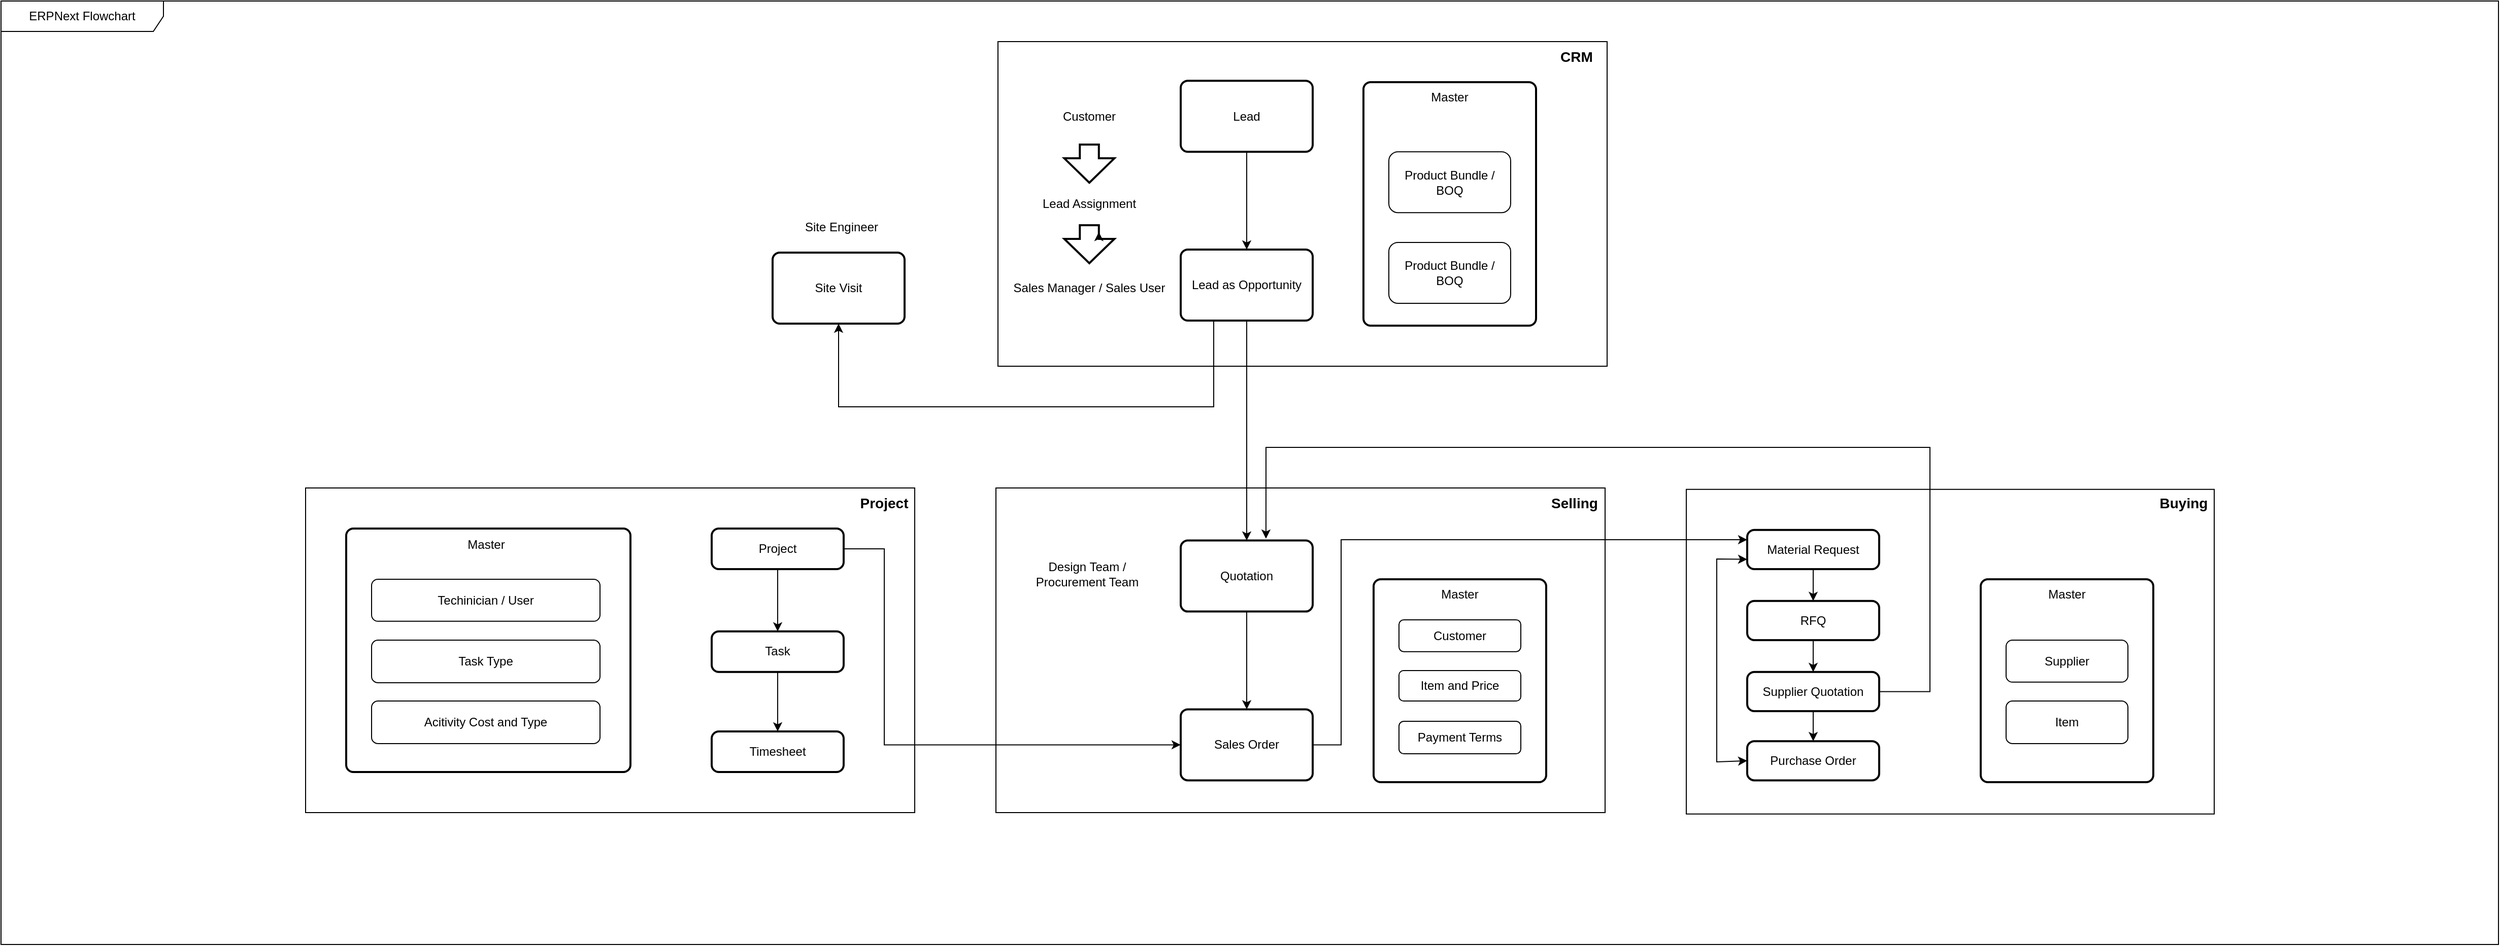
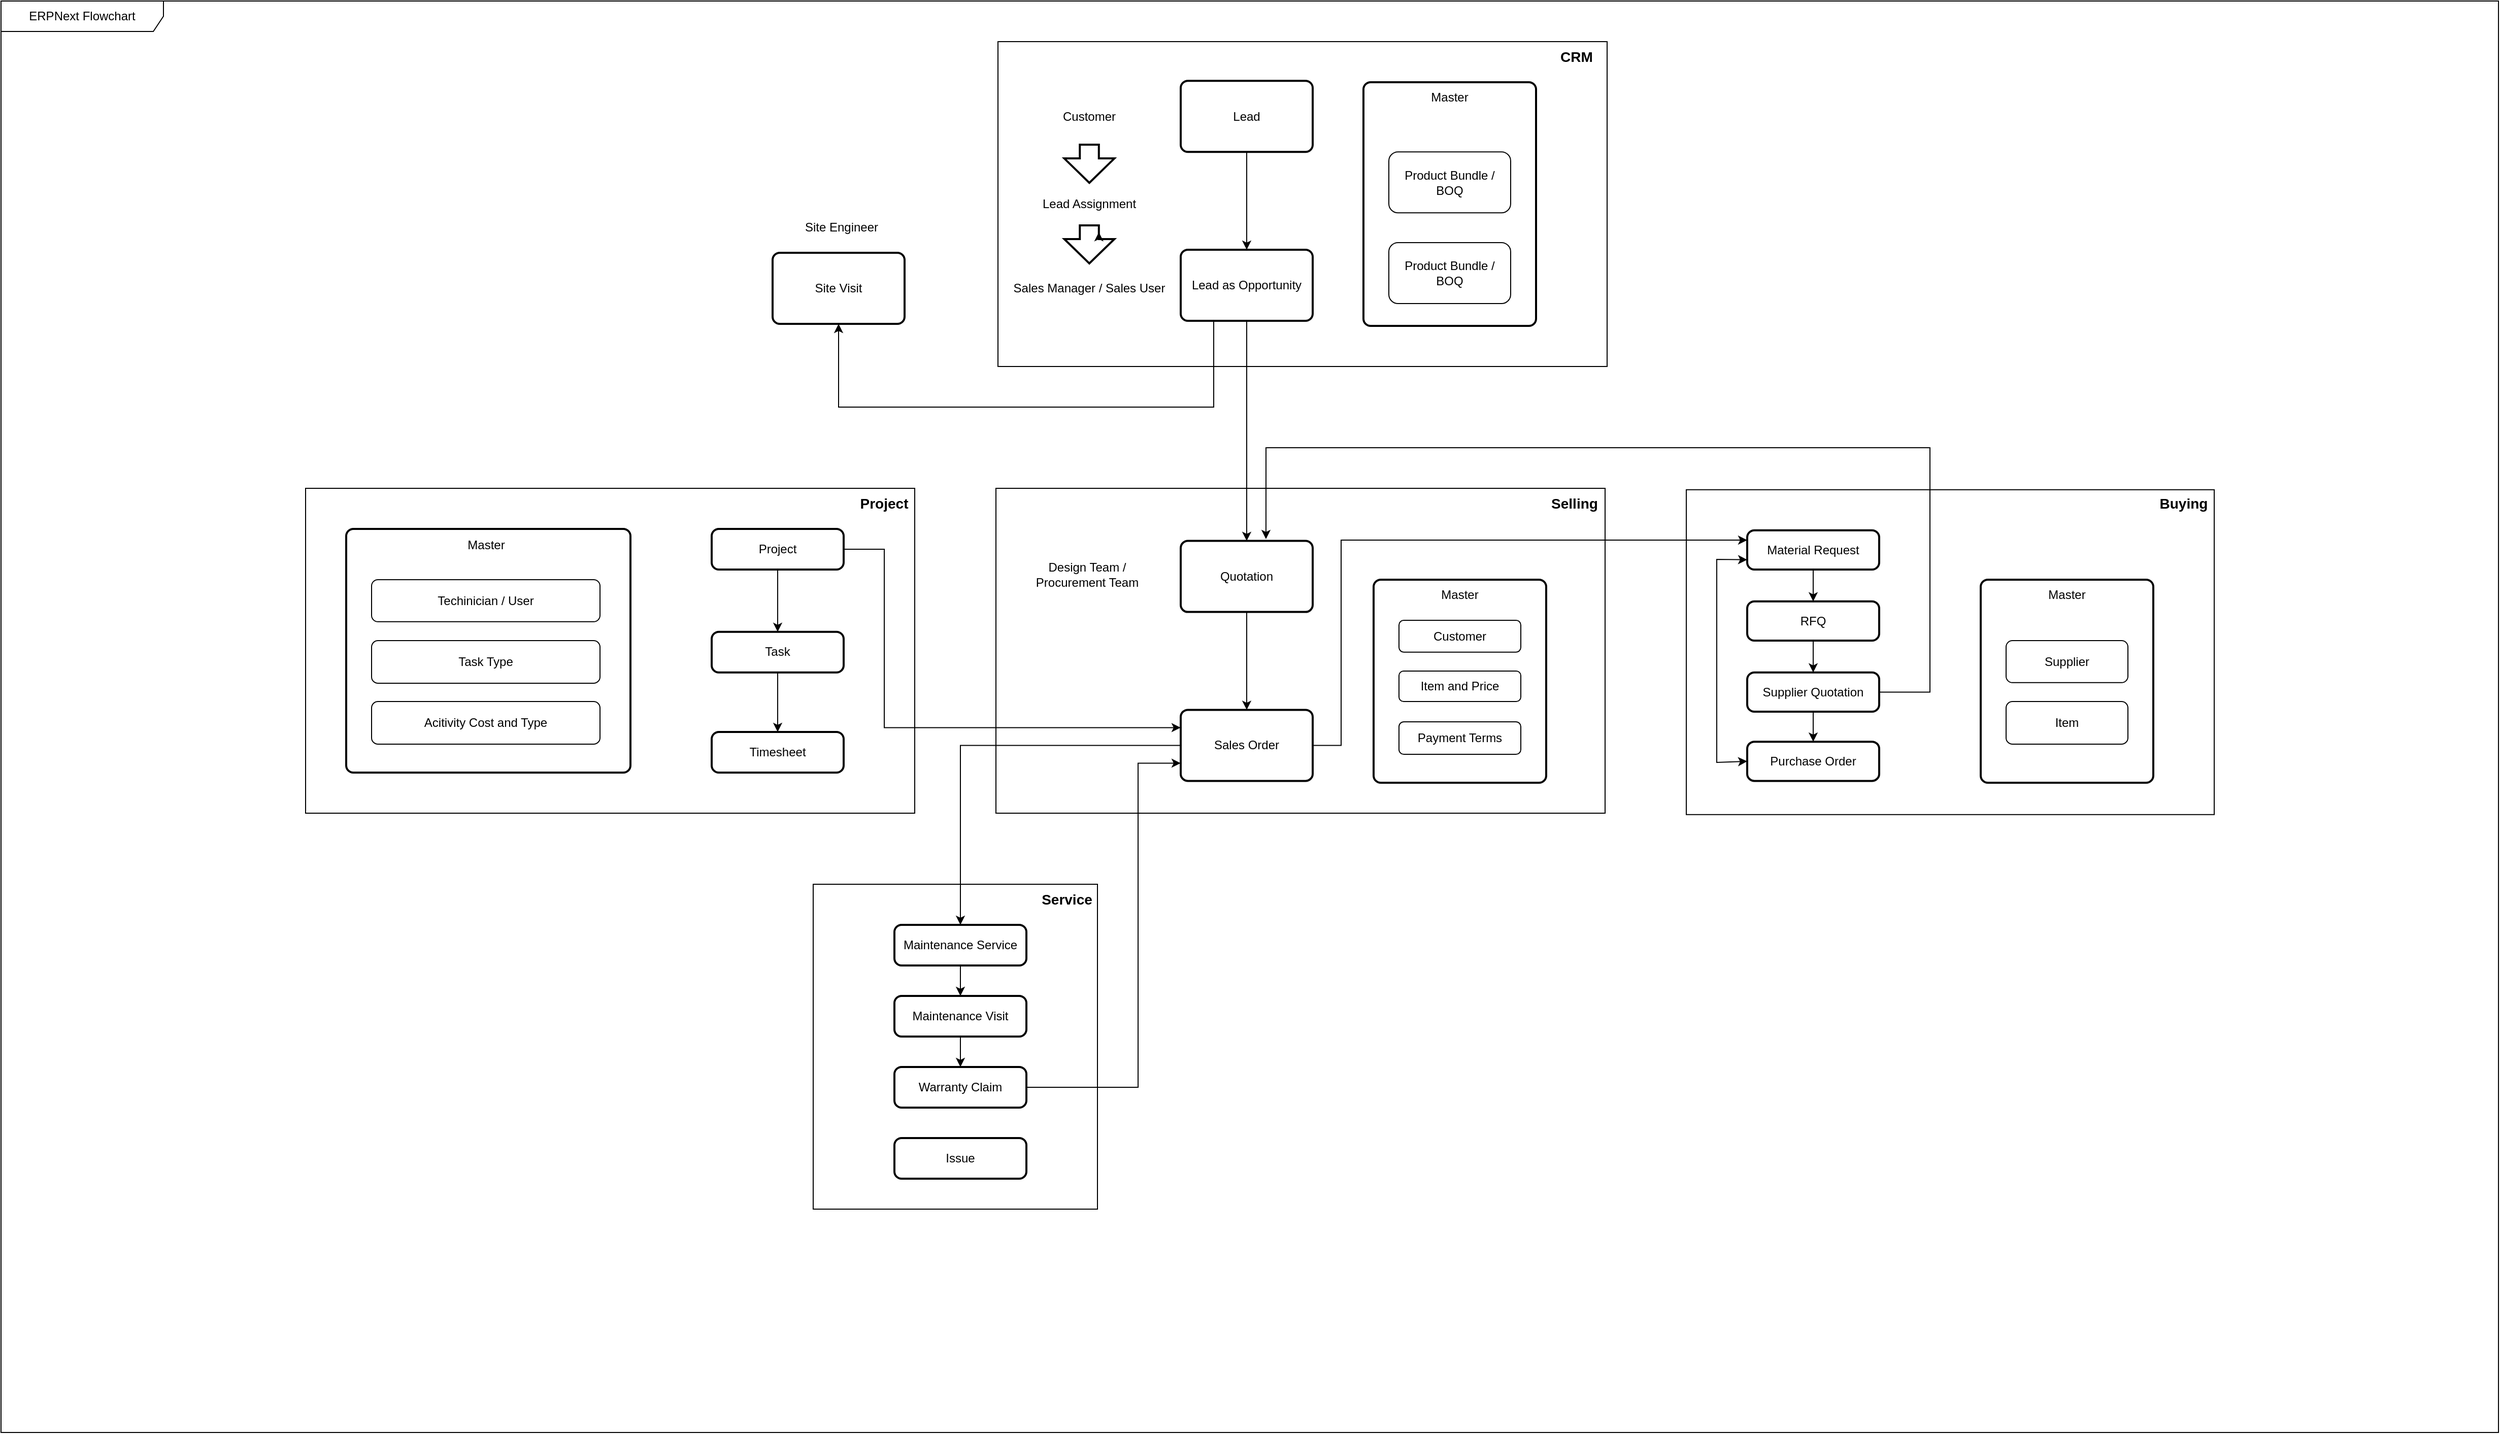
<mxfile host="Electron" agent="Mozilla/5.0 (Windows NT 10.0; Win64; x64) AppleWebKit/537.36 (KHTML, like Gecko) draw.io/28.2.5 Chrome/138.0.7204.251 Electron/37.6.1 Safari/537.36" version="28.2.5">
  <diagram name="ERPNext-Flowchart" id="5VQpRf3UxsrrhgqVb7EB">
    <mxGraphModel dx="1938" dy="537" grid="1" gridSize="10" guides="1" tooltips="1" connect="1" arrows="1" fold="1" page="1" pageScale="1" pageWidth="827" pageHeight="1169" math="0" shadow="0">
      <root>
        <mxCell id="0" />
        <mxCell id="1" parent="0" />
        <mxCell id="KllrkMzeH1JwtFpocHV2-1" value="ERPNext Flowchart" style="shape=umlFrame;whiteSpace=wrap;html=1;pointerEvents=0;recursiveResize=0;container=1;collapsible=0;width=160;" parent="1" vertex="1">
-           <mxGeometry x="-620" y="200" width="2460" height="930" as="geometry" />
+           <mxGeometry x="-620" y="200" width="2460" height="1410" as="geometry" />
        </mxCell>
        <mxCell id="KllrkMzeH1JwtFpocHV2-4" value="" style="rounded=0;whiteSpace=wrap;html=1;" parent="KllrkMzeH1JwtFpocHV2-1" vertex="1">
          <mxGeometry x="982" y="40" width="600" height="320" as="geometry" />
        </mxCell>
        <mxCell id="HzzqJf4aiWvtWUCyWPR2-2" value="" style="rounded=0;whiteSpace=wrap;html=1;" parent="KllrkMzeH1JwtFpocHV2-1" vertex="1">
          <mxGeometry x="980" y="480" width="600" height="320" as="geometry" />
        </mxCell>
        <mxCell id="KllrkMzeH1JwtFpocHV2-5" value="&lt;b&gt;&lt;font style=&quot;font-size: 14px;&quot;&gt;CRM&lt;/font&gt;&lt;/b&gt;" style="text;html=1;align=center;verticalAlign=middle;whiteSpace=wrap;rounded=0;" parent="KllrkMzeH1JwtFpocHV2-1" vertex="1">
          <mxGeometry x="1522" y="40" width="60" height="30" as="geometry" />
        </mxCell>
        <mxCell id="KllrkMzeH1JwtFpocHV2-8" style="edgeStyle=orthogonalEdgeStyle;rounded=0;orthogonalLoop=1;jettySize=auto;html=1;entryX=0.5;entryY=0;entryDx=0;entryDy=0;" parent="KllrkMzeH1JwtFpocHV2-1" source="KllrkMzeH1JwtFpocHV2-6" target="KllrkMzeH1JwtFpocHV2-7" edge="1">
          <mxGeometry relative="1" as="geometry" />
        </mxCell>
        <mxCell id="KllrkMzeH1JwtFpocHV2-6" value="Lead" style="rounded=1;whiteSpace=wrap;html=1;absoluteArcSize=1;arcSize=14;strokeWidth=2;" parent="KllrkMzeH1JwtFpocHV2-1" vertex="1">
          <mxGeometry x="1162" y="78.62" width="130" height="70" as="geometry" />
        </mxCell>
        <mxCell id="HfOkyrBZXoMukZalgRzS-3" style="edgeStyle=orthogonalEdgeStyle;rounded=0;orthogonalLoop=1;jettySize=auto;html=1;exitX=0.25;exitY=1;exitDx=0;exitDy=0;entryX=0.5;entryY=1;entryDx=0;entryDy=0;" parent="KllrkMzeH1JwtFpocHV2-1" source="KllrkMzeH1JwtFpocHV2-7" target="HfOkyrBZXoMukZalgRzS-1" edge="1">
          <mxGeometry relative="1" as="geometry">
            <Array as="points">
              <mxPoint x="1195" y="400" />
              <mxPoint x="825" y="400" />
            </Array>
          </mxGeometry>
        </mxCell>
        <mxCell id="9vPmLMj-lYNAUNwBxfTh-4" style="edgeStyle=orthogonalEdgeStyle;rounded=0;orthogonalLoop=1;jettySize=auto;html=1;" parent="KllrkMzeH1JwtFpocHV2-1" source="KllrkMzeH1JwtFpocHV2-7" target="9vPmLMj-lYNAUNwBxfTh-2" edge="1">
          <mxGeometry relative="1" as="geometry" />
        </mxCell>
        <mxCell id="KllrkMzeH1JwtFpocHV2-7" value="Lead as Opportunity" style="rounded=1;whiteSpace=wrap;html=1;absoluteArcSize=1;arcSize=14;strokeWidth=2;" parent="KllrkMzeH1JwtFpocHV2-1" vertex="1">
          <mxGeometry x="1162" y="245" width="130" height="70" as="geometry" />
        </mxCell>
        <mxCell id="C1Wobmr2DnB0NistbBoQ-4" value="Customer" style="text;html=1;align=center;verticalAlign=middle;whiteSpace=wrap;rounded=0;" parent="KllrkMzeH1JwtFpocHV2-1" vertex="1">
          <mxGeometry x="982" y="98.62" width="180" height="30" as="geometry" />
        </mxCell>
        <mxCell id="C1Wobmr2DnB0NistbBoQ-7" value="Sales Manager / Sales User" style="text;html=1;align=center;verticalAlign=middle;whiteSpace=wrap;rounded=0;" parent="KllrkMzeH1JwtFpocHV2-1" vertex="1">
          <mxGeometry x="982" y="268" width="180" height="30" as="geometry" />
        </mxCell>
        <mxCell id="C1Wobmr2DnB0NistbBoQ-9" value="" style="verticalLabelPosition=bottom;verticalAlign=top;html=1;strokeWidth=2;shape=mxgraph.arrows2.arrow;dy=0.62;dx=24;notch=0;rotation=90;" parent="KllrkMzeH1JwtFpocHV2-1" vertex="1">
          <mxGeometry x="1053.25" y="135.62" width="37.5" height="49.38" as="geometry" />
        </mxCell>
        <mxCell id="C1Wobmr2DnB0NistbBoQ-10" value="" style="verticalLabelPosition=bottom;verticalAlign=top;html=1;strokeWidth=2;shape=mxgraph.arrows2.arrow;dy=0.62;dx=24;notch=0;rotation=90;" parent="KllrkMzeH1JwtFpocHV2-1" vertex="1">
          <mxGeometry x="1053.25" y="215" width="37.5" height="49.38" as="geometry" />
        </mxCell>
        <mxCell id="mgzSuXylah5s0_LilTAz-1" value="" style="rounded=1;whiteSpace=wrap;html=1;absoluteArcSize=1;arcSize=14;strokeWidth=2;" parent="KllrkMzeH1JwtFpocHV2-1" vertex="1">
          <mxGeometry x="1342" y="80" width="170" height="240" as="geometry" />
        </mxCell>
        <mxCell id="mgzSuXylah5s0_LilTAz-3" value="Master" style="text;html=1;align=center;verticalAlign=middle;whiteSpace=wrap;rounded=0;" parent="KllrkMzeH1JwtFpocHV2-1" vertex="1">
          <mxGeometry x="1397" y="80" width="60" height="30" as="geometry" />
        </mxCell>
        <mxCell id="mgzSuXylah5s0_LilTAz-4" value="Product Bundle / BOQ" style="rounded=1;whiteSpace=wrap;html=1;" parent="KllrkMzeH1JwtFpocHV2-1" vertex="1">
          <mxGeometry x="1367" y="148.62" width="120" height="60" as="geometry" />
        </mxCell>
        <mxCell id="mgzSuXylah5s0_LilTAz-5" value="Product Bundle / BOQ" style="rounded=1;whiteSpace=wrap;html=1;" parent="KllrkMzeH1JwtFpocHV2-1" vertex="1">
          <mxGeometry x="1367" y="238" width="120" height="60" as="geometry" />
        </mxCell>
        <mxCell id="C1Wobmr2DnB0NistbBoQ-6" value="Lead Assignment" style="text;html=1;align=center;verticalAlign=middle;whiteSpace=wrap;rounded=0;" parent="KllrkMzeH1JwtFpocHV2-1" vertex="1">
          <mxGeometry x="982" y="185" width="180" height="30" as="geometry" />
        </mxCell>
        <mxCell id="mgzSuXylah5s0_LilTAz-6" style="edgeStyle=orthogonalEdgeStyle;rounded=0;orthogonalLoop=1;jettySize=auto;html=1;exitX=0;exitY=0;exitDx=13.5;exitDy=15.3078;exitPerimeter=0;entryX=0;entryY=0;entryDx=6.75;entryDy=15.3078;entryPerimeter=0;" parent="KllrkMzeH1JwtFpocHV2-1" source="C1Wobmr2DnB0NistbBoQ-10" target="C1Wobmr2DnB0NistbBoQ-10" edge="1">
          <mxGeometry relative="1" as="geometry" />
        </mxCell>
        <mxCell id="HfOkyrBZXoMukZalgRzS-1" value="Site Visit" style="rounded=1;whiteSpace=wrap;html=1;absoluteArcSize=1;arcSize=14;strokeWidth=2;" parent="KllrkMzeH1JwtFpocHV2-1" vertex="1">
          <mxGeometry x="760" y="248" width="130" height="70" as="geometry" />
        </mxCell>
        <mxCell id="HfOkyrBZXoMukZalgRzS-2" value="Site Engineer" style="text;html=1;align=center;verticalAlign=middle;whiteSpace=wrap;rounded=0;" parent="KllrkMzeH1JwtFpocHV2-1" vertex="1">
          <mxGeometry x="763" y="208" width="130" height="30" as="geometry" />
        </mxCell>
        <mxCell id="HzzqJf4aiWvtWUCyWPR2-1" value="" style="rounded=0;whiteSpace=wrap;html=1;" parent="KllrkMzeH1JwtFpocHV2-1" vertex="1">
          <mxGeometry x="300" y="480" width="600" height="320" as="geometry" />
        </mxCell>
        <mxCell id="HzzqJf4aiWvtWUCyWPR2-3" value="&lt;b&gt;&lt;font style=&quot;font-size: 14px;&quot;&gt;Selling&lt;/font&gt;&lt;/b&gt;" style="text;html=1;align=center;verticalAlign=middle;whiteSpace=wrap;rounded=0;" parent="KllrkMzeH1JwtFpocHV2-1" vertex="1">
          <mxGeometry x="1520" y="480" width="60" height="30" as="geometry" />
        </mxCell>
        <mxCell id="HzzqJf4aiWvtWUCyWPR2-4" value="" style="rounded=1;whiteSpace=wrap;html=1;absoluteArcSize=1;arcSize=14;strokeWidth=2;" parent="KllrkMzeH1JwtFpocHV2-1" vertex="1">
          <mxGeometry x="1352" y="570" width="170" height="200" as="geometry" />
        </mxCell>
        <mxCell id="HzzqJf4aiWvtWUCyWPR2-5" value="Master" style="text;html=1;align=center;verticalAlign=middle;whiteSpace=wrap;rounded=0;" parent="KllrkMzeH1JwtFpocHV2-1" vertex="1">
          <mxGeometry x="1407" y="570" width="60" height="30" as="geometry" />
        </mxCell>
        <mxCell id="HzzqJf4aiWvtWUCyWPR2-6" value="Customer" style="rounded=1;whiteSpace=wrap;html=1;" parent="KllrkMzeH1JwtFpocHV2-1" vertex="1">
          <mxGeometry x="1377" y="610" width="120" height="31.38" as="geometry" />
        </mxCell>
        <mxCell id="HzzqJf4aiWvtWUCyWPR2-7" value="Item and Price" style="rounded=1;whiteSpace=wrap;html=1;" parent="KllrkMzeH1JwtFpocHV2-1" vertex="1">
          <mxGeometry x="1377" y="660" width="120" height="30" as="geometry" />
        </mxCell>
        <mxCell id="HzzqJf4aiWvtWUCyWPR2-8" value="Payment Terms" style="rounded=1;whiteSpace=wrap;html=1;" parent="KllrkMzeH1JwtFpocHV2-1" vertex="1">
          <mxGeometry x="1377" y="710" width="120" height="32" as="geometry" />
        </mxCell>
        <mxCell id="9vPmLMj-lYNAUNwBxfTh-1" style="edgeStyle=orthogonalEdgeStyle;rounded=0;orthogonalLoop=1;jettySize=auto;html=1;entryX=0.5;entryY=0;entryDx=0;entryDy=0;" parent="KllrkMzeH1JwtFpocHV2-1" source="9vPmLMj-lYNAUNwBxfTh-2" target="9vPmLMj-lYNAUNwBxfTh-3" edge="1">
          <mxGeometry relative="1" as="geometry" />
        </mxCell>
        <mxCell id="9vPmLMj-lYNAUNwBxfTh-2" value="Quotation" style="rounded=1;whiteSpace=wrap;html=1;absoluteArcSize=1;arcSize=14;strokeWidth=2;" parent="KllrkMzeH1JwtFpocHV2-1" vertex="1">
          <mxGeometry x="1162" y="531.8100000000001" width="130" height="70" as="geometry" />
        </mxCell>
        <mxCell id="9vPmLMj-lYNAUNwBxfTh-3" value="Sales Order" style="rounded=1;whiteSpace=wrap;html=1;absoluteArcSize=1;arcSize=14;strokeWidth=2;" parent="KllrkMzeH1JwtFpocHV2-1" vertex="1">
          <mxGeometry x="1162" y="698.19" width="130" height="70" as="geometry" />
        </mxCell>
        <mxCell id="9vPmLMj-lYNAUNwBxfTh-5" value="Design Team / &lt;br&gt;Procurement Team" style="text;html=1;align=center;verticalAlign=middle;whiteSpace=wrap;rounded=0;" parent="KllrkMzeH1JwtFpocHV2-1" vertex="1">
          <mxGeometry x="980" y="550" width="180" height="30" as="geometry" />
        </mxCell>
        <mxCell id="2oqTBdLxuhPTP0U-nZZK-1" value="&lt;b&gt;&lt;font style=&quot;font-size: 14px;&quot;&gt;Project&lt;/font&gt;&lt;/b&gt;" style="text;html=1;align=center;verticalAlign=middle;whiteSpace=wrap;rounded=0;" parent="KllrkMzeH1JwtFpocHV2-1" vertex="1">
          <mxGeometry x="840" y="480" width="60" height="30" as="geometry" />
        </mxCell>
        <mxCell id="2oqTBdLxuhPTP0U-nZZK-2" value="" style="rounded=1;whiteSpace=wrap;html=1;absoluteArcSize=1;arcSize=14;strokeWidth=2;" parent="KllrkMzeH1JwtFpocHV2-1" vertex="1">
          <mxGeometry x="340" y="520" width="280" height="240" as="geometry" />
        </mxCell>
        <mxCell id="2oqTBdLxuhPTP0U-nZZK-3" value="Master" style="text;html=1;align=center;verticalAlign=middle;whiteSpace=wrap;rounded=0;" parent="KllrkMzeH1JwtFpocHV2-1" vertex="1">
          <mxGeometry x="447.5" y="521.38" width="60" height="30" as="geometry" />
        </mxCell>
        <mxCell id="2oqTBdLxuhPTP0U-nZZK-4" value="Techinician / User" style="rounded=1;whiteSpace=wrap;html=1;" parent="KllrkMzeH1JwtFpocHV2-1" vertex="1">
          <mxGeometry x="365" y="570" width="225" height="41.38" as="geometry" />
        </mxCell>
        <mxCell id="2oqTBdLxuhPTP0U-nZZK-5" value="Task Type" style="rounded=1;whiteSpace=wrap;html=1;" parent="KllrkMzeH1JwtFpocHV2-1" vertex="1">
          <mxGeometry x="365" y="630" width="225" height="42" as="geometry" />
        </mxCell>
        <mxCell id="2oqTBdLxuhPTP0U-nZZK-6" value="Acitivity Cost and Type" style="rounded=1;whiteSpace=wrap;html=1;" parent="KllrkMzeH1JwtFpocHV2-1" vertex="1">
          <mxGeometry x="365" y="690" width="225" height="42" as="geometry" />
        </mxCell>
-         <mxCell id="2oqTBdLxuhPTP0U-nZZK-10" style="edgeStyle=orthogonalEdgeStyle;rounded=0;orthogonalLoop=1;jettySize=auto;html=1;entryX=0;entryY=0.5;entryDx=0;entryDy=0;" parent="KllrkMzeH1JwtFpocHV2-1" source="2oqTBdLxuhPTP0U-nZZK-7" target="9vPmLMj-lYNAUNwBxfTh-3" edge="1">
+         <mxCell id="2oqTBdLxuhPTP0U-nZZK-10" style="edgeStyle=orthogonalEdgeStyle;rounded=0;orthogonalLoop=1;jettySize=auto;html=1;entryX=0;entryY=0.25;entryDx=0;entryDy=0;" parent="KllrkMzeH1JwtFpocHV2-1" source="2oqTBdLxuhPTP0U-nZZK-7" target="9vPmLMj-lYNAUNwBxfTh-3" edge="1">
          <mxGeometry relative="1" as="geometry">
            <Array as="points">
              <mxPoint x="870" y="540" />
-               <mxPoint x="870" y="733" />
+               <mxPoint x="870" y="716" />
            </Array>
          </mxGeometry>
        </mxCell>
        <mxCell id="2oqTBdLxuhPTP0U-nZZK-11" style="edgeStyle=orthogonalEdgeStyle;rounded=0;orthogonalLoop=1;jettySize=auto;html=1;entryX=0.5;entryY=0;entryDx=0;entryDy=0;" parent="KllrkMzeH1JwtFpocHV2-1" source="2oqTBdLxuhPTP0U-nZZK-7" target="2oqTBdLxuhPTP0U-nZZK-8" edge="1">
          <mxGeometry relative="1" as="geometry" />
        </mxCell>
        <mxCell id="2oqTBdLxuhPTP0U-nZZK-7" value="Project" style="rounded=1;whiteSpace=wrap;html=1;absoluteArcSize=1;arcSize=14;strokeWidth=2;" parent="KllrkMzeH1JwtFpocHV2-1" vertex="1">
          <mxGeometry x="700" y="520" width="130" height="40" as="geometry" />
        </mxCell>
        <mxCell id="2oqTBdLxuhPTP0U-nZZK-12" style="edgeStyle=orthogonalEdgeStyle;rounded=0;orthogonalLoop=1;jettySize=auto;html=1;entryX=0.5;entryY=0;entryDx=0;entryDy=0;" parent="KllrkMzeH1JwtFpocHV2-1" source="2oqTBdLxuhPTP0U-nZZK-8" target="2oqTBdLxuhPTP0U-nZZK-9" edge="1">
          <mxGeometry relative="1" as="geometry" />
        </mxCell>
        <mxCell id="2oqTBdLxuhPTP0U-nZZK-8" value="Task" style="rounded=1;whiteSpace=wrap;html=1;absoluteArcSize=1;arcSize=14;strokeWidth=2;" parent="KllrkMzeH1JwtFpocHV2-1" vertex="1">
          <mxGeometry x="700" y="621.38" width="130" height="40" as="geometry" />
        </mxCell>
        <mxCell id="2oqTBdLxuhPTP0U-nZZK-9" value="Timesheet" style="rounded=1;whiteSpace=wrap;html=1;absoluteArcSize=1;arcSize=14;strokeWidth=2;" parent="KllrkMzeH1JwtFpocHV2-1" vertex="1">
          <mxGeometry x="700" y="720" width="130" height="40" as="geometry" />
        </mxCell>
        <mxCell id="B7AZM292Pohp_deAd6Pr-1" value="" style="rounded=0;whiteSpace=wrap;html=1;" parent="KllrkMzeH1JwtFpocHV2-1" vertex="1">
          <mxGeometry x="1660" y="481.38" width="520" height="320" as="geometry" />
        </mxCell>
        <mxCell id="B7AZM292Pohp_deAd6Pr-2" value="&lt;b&gt;&lt;font style=&quot;font-size: 14px;&quot;&gt;Buying&lt;/font&gt;&lt;/b&gt;" style="text;html=1;align=center;verticalAlign=middle;whiteSpace=wrap;rounded=0;" parent="KllrkMzeH1JwtFpocHV2-1" vertex="1">
          <mxGeometry x="2120" y="480" width="60" height="30" as="geometry" />
        </mxCell>
        <mxCell id="B7AZM292Pohp_deAd6Pr-3" value="" style="rounded=1;whiteSpace=wrap;html=1;absoluteArcSize=1;arcSize=14;strokeWidth=2;" parent="KllrkMzeH1JwtFpocHV2-1" vertex="1">
          <mxGeometry x="1950" y="570" width="170" height="200" as="geometry" />
        </mxCell>
        <mxCell id="B7AZM292Pohp_deAd6Pr-4" value="Master" style="text;html=1;align=center;verticalAlign=middle;whiteSpace=wrap;rounded=0;" parent="KllrkMzeH1JwtFpocHV2-1" vertex="1">
          <mxGeometry x="2005" y="570" width="60" height="30" as="geometry" />
        </mxCell>
        <mxCell id="B7AZM292Pohp_deAd6Pr-5" value="Supplier" style="rounded=1;whiteSpace=wrap;html=1;" parent="KllrkMzeH1JwtFpocHV2-1" vertex="1">
          <mxGeometry x="1975" y="630" width="120" height="41.38" as="geometry" />
        </mxCell>
        <mxCell id="B7AZM292Pohp_deAd6Pr-6" value="Item" style="rounded=1;whiteSpace=wrap;html=1;" parent="KllrkMzeH1JwtFpocHV2-1" vertex="1">
          <mxGeometry x="1975" y="690" width="120" height="42" as="geometry" />
        </mxCell>
        <mxCell id="B7AZM292Pohp_deAd6Pr-16" style="edgeStyle=orthogonalEdgeStyle;rounded=0;orthogonalLoop=1;jettySize=auto;html=1;entryX=0.5;entryY=0;entryDx=0;entryDy=0;" parent="KllrkMzeH1JwtFpocHV2-1" source="B7AZM292Pohp_deAd6Pr-8" target="B7AZM292Pohp_deAd6Pr-9" edge="1">
          <mxGeometry relative="1" as="geometry" />
        </mxCell>
        <mxCell id="B7AZM292Pohp_deAd6Pr-8" value="Material Request" style="rounded=1;whiteSpace=wrap;html=1;absoluteArcSize=1;arcSize=14;strokeWidth=2;" parent="KllrkMzeH1JwtFpocHV2-1" vertex="1">
          <mxGeometry x="1720" y="521.38" width="130" height="38.62" as="geometry" />
        </mxCell>
        <mxCell id="B7AZM292Pohp_deAd6Pr-17" style="edgeStyle=orthogonalEdgeStyle;rounded=0;orthogonalLoop=1;jettySize=auto;html=1;" parent="KllrkMzeH1JwtFpocHV2-1" source="B7AZM292Pohp_deAd6Pr-9" target="B7AZM292Pohp_deAd6Pr-10" edge="1">
          <mxGeometry relative="1" as="geometry" />
        </mxCell>
        <mxCell id="B7AZM292Pohp_deAd6Pr-9" value="RFQ" style="rounded=1;whiteSpace=wrap;html=1;absoluteArcSize=1;arcSize=14;strokeWidth=2;" parent="KllrkMzeH1JwtFpocHV2-1" vertex="1">
          <mxGeometry x="1720" y="591.38" width="130" height="38.62" as="geometry" />
        </mxCell>
        <mxCell id="B7AZM292Pohp_deAd6Pr-18" style="edgeStyle=orthogonalEdgeStyle;rounded=0;orthogonalLoop=1;jettySize=auto;html=1;" parent="KllrkMzeH1JwtFpocHV2-1" source="B7AZM292Pohp_deAd6Pr-10" target="B7AZM292Pohp_deAd6Pr-11" edge="1">
          <mxGeometry relative="1" as="geometry" />
        </mxCell>
        <mxCell id="B7AZM292Pohp_deAd6Pr-10" value="Supplier Quotation" style="rounded=1;whiteSpace=wrap;html=1;absoluteArcSize=1;arcSize=14;strokeWidth=2;" parent="KllrkMzeH1JwtFpocHV2-1" vertex="1">
          <mxGeometry x="1720" y="661.38" width="130" height="38.62" as="geometry" />
        </mxCell>
        <mxCell id="B7AZM292Pohp_deAd6Pr-11" value="Purchase Order" style="rounded=1;whiteSpace=wrap;html=1;absoluteArcSize=1;arcSize=14;strokeWidth=2;" parent="KllrkMzeH1JwtFpocHV2-1" vertex="1">
          <mxGeometry x="1720" y="729.5699999999999" width="130" height="38.62" as="geometry" />
        </mxCell>
        <mxCell id="B7AZM292Pohp_deAd6Pr-12" style="edgeStyle=orthogonalEdgeStyle;rounded=0;orthogonalLoop=1;jettySize=auto;html=1;entryX=0;entryY=0.25;entryDx=0;entryDy=0;" parent="KllrkMzeH1JwtFpocHV2-1" source="9vPmLMj-lYNAUNwBxfTh-3" target="B7AZM292Pohp_deAd6Pr-8" edge="1">
          <mxGeometry relative="1" as="geometry">
            <Array as="points">
              <mxPoint x="1320" y="733" />
              <mxPoint x="1320" y="531" />
            </Array>
          </mxGeometry>
        </mxCell>
        <mxCell id="B7AZM292Pohp_deAd6Pr-14" style="edgeStyle=orthogonalEdgeStyle;rounded=0;orthogonalLoop=1;jettySize=auto;html=1;entryX=0.646;entryY=-0.026;entryDx=0;entryDy=0;entryPerimeter=0;" parent="KllrkMzeH1JwtFpocHV2-1" source="B7AZM292Pohp_deAd6Pr-10" target="9vPmLMj-lYNAUNwBxfTh-2" edge="1">
          <mxGeometry relative="1" as="geometry">
            <Array as="points">
              <mxPoint x="1900" y="681" />
              <mxPoint x="1900" y="440" />
              <mxPoint x="1246" y="440" />
            </Array>
          </mxGeometry>
        </mxCell>
        <mxCell id="B7AZM292Pohp_deAd6Pr-15" value="" style="endArrow=classic;startArrow=classic;html=1;rounded=0;entryX=0;entryY=0.75;entryDx=0;entryDy=0;exitX=0;exitY=0.5;exitDx=0;exitDy=0;" parent="KllrkMzeH1JwtFpocHV2-1" source="B7AZM292Pohp_deAd6Pr-11" target="B7AZM292Pohp_deAd6Pr-8" edge="1">
          <mxGeometry width="50" height="50" relative="1" as="geometry">
            <mxPoint x="1610" y="610" as="sourcePoint" />
            <mxPoint x="1660" y="560" as="targetPoint" />
            <Array as="points">
              <mxPoint x="1690" y="750" />
              <mxPoint x="1690" y="650" />
              <mxPoint x="1690" y="550" />
            </Array>
          </mxGeometry>
        </mxCell>
+         <mxCell id="FTsfOQpXM18SJnNWs2Yx-1" value="" style="rounded=0;whiteSpace=wrap;html=1;" vertex="1" parent="KllrkMzeH1JwtFpocHV2-1">
+           <mxGeometry x="800" y="870" width="280" height="320" as="geometry" />
+         </mxCell>
+         <mxCell id="FTsfOQpXM18SJnNWs2Yx-2" value="&lt;b&gt;&lt;font style=&quot;font-size: 14px;&quot;&gt;Service&lt;/font&gt;&lt;/b&gt;" style="text;html=1;align=center;verticalAlign=middle;whiteSpace=wrap;rounded=0;" vertex="1" parent="KllrkMzeH1JwtFpocHV2-1">
+           <mxGeometry x="1020" y="870" width="60" height="30" as="geometry" />
+         </mxCell>
+         <mxCell id="FTsfOQpXM18SJnNWs2Yx-8" style="edgeStyle=orthogonalEdgeStyle;rounded=0;orthogonalLoop=1;jettySize=auto;html=1;entryX=0.5;entryY=0;entryDx=0;entryDy=0;" edge="1" parent="KllrkMzeH1JwtFpocHV2-1" source="FTsfOQpXM18SJnNWs2Yx-9" target="FTsfOQpXM18SJnNWs2Yx-11">
+           <mxGeometry relative="1" as="geometry" />
+         </mxCell>
+         <mxCell id="FTsfOQpXM18SJnNWs2Yx-9" value="Maintenance Service" style="rounded=1;whiteSpace=wrap;html=1;absoluteArcSize=1;arcSize=14;strokeWidth=2;" vertex="1" parent="KllrkMzeH1JwtFpocHV2-1">
+           <mxGeometry x="880" y="910" width="130" height="40" as="geometry" />
+         </mxCell>
+         <mxCell id="FTsfOQpXM18SJnNWs2Yx-10" style="edgeStyle=orthogonalEdgeStyle;rounded=0;orthogonalLoop=1;jettySize=auto;html=1;entryX=0.5;entryY=0;entryDx=0;entryDy=0;" edge="1" parent="KllrkMzeH1JwtFpocHV2-1" source="FTsfOQpXM18SJnNWs2Yx-11" target="FTsfOQpXM18SJnNWs2Yx-12">
+           <mxGeometry relative="1" as="geometry" />
+         </mxCell>
+         <mxCell id="FTsfOQpXM18SJnNWs2Yx-11" value="Maintenance Visit" style="rounded=1;whiteSpace=wrap;html=1;absoluteArcSize=1;arcSize=14;strokeWidth=2;" vertex="1" parent="KllrkMzeH1JwtFpocHV2-1">
+           <mxGeometry x="880" y="980.0000000000001" width="130" height="40" as="geometry" />
+         </mxCell>
+         <mxCell id="FTsfOQpXM18SJnNWs2Yx-16" style="edgeStyle=orthogonalEdgeStyle;rounded=0;orthogonalLoop=1;jettySize=auto;html=1;entryX=0;entryY=0.75;entryDx=0;entryDy=0;" edge="1" parent="KllrkMzeH1JwtFpocHV2-1" source="FTsfOQpXM18SJnNWs2Yx-12" target="9vPmLMj-lYNAUNwBxfTh-3">
+           <mxGeometry relative="1" as="geometry">
+             <Array as="points">
+               <mxPoint x="1120" y="1070" />
+               <mxPoint x="1120" y="751" />
+             </Array>
+           </mxGeometry>
+         </mxCell>
+         <mxCell id="FTsfOQpXM18SJnNWs2Yx-12" value="Warranty Claim" style="rounded=1;whiteSpace=wrap;html=1;absoluteArcSize=1;arcSize=14;strokeWidth=2;" vertex="1" parent="KllrkMzeH1JwtFpocHV2-1">
+           <mxGeometry x="880" y="1050" width="130" height="40" as="geometry" />
+         </mxCell>
+         <mxCell id="FTsfOQpXM18SJnNWs2Yx-13" value="Issue" style="rounded=1;whiteSpace=wrap;html=1;absoluteArcSize=1;arcSize=14;strokeWidth=2;" vertex="1" parent="KllrkMzeH1JwtFpocHV2-1">
+           <mxGeometry x="880" y="1120" width="130" height="40" as="geometry" />
+         </mxCell>
+         <mxCell id="FTsfOQpXM18SJnNWs2Yx-15" style="edgeStyle=orthogonalEdgeStyle;rounded=0;orthogonalLoop=1;jettySize=auto;html=1;" edge="1" parent="KllrkMzeH1JwtFpocHV2-1" source="9vPmLMj-lYNAUNwBxfTh-3" target="FTsfOQpXM18SJnNWs2Yx-9">
+           <mxGeometry relative="1" as="geometry" />
+         </mxCell>
      </root>
    </mxGraphModel>
  </diagram>
</mxfile>
